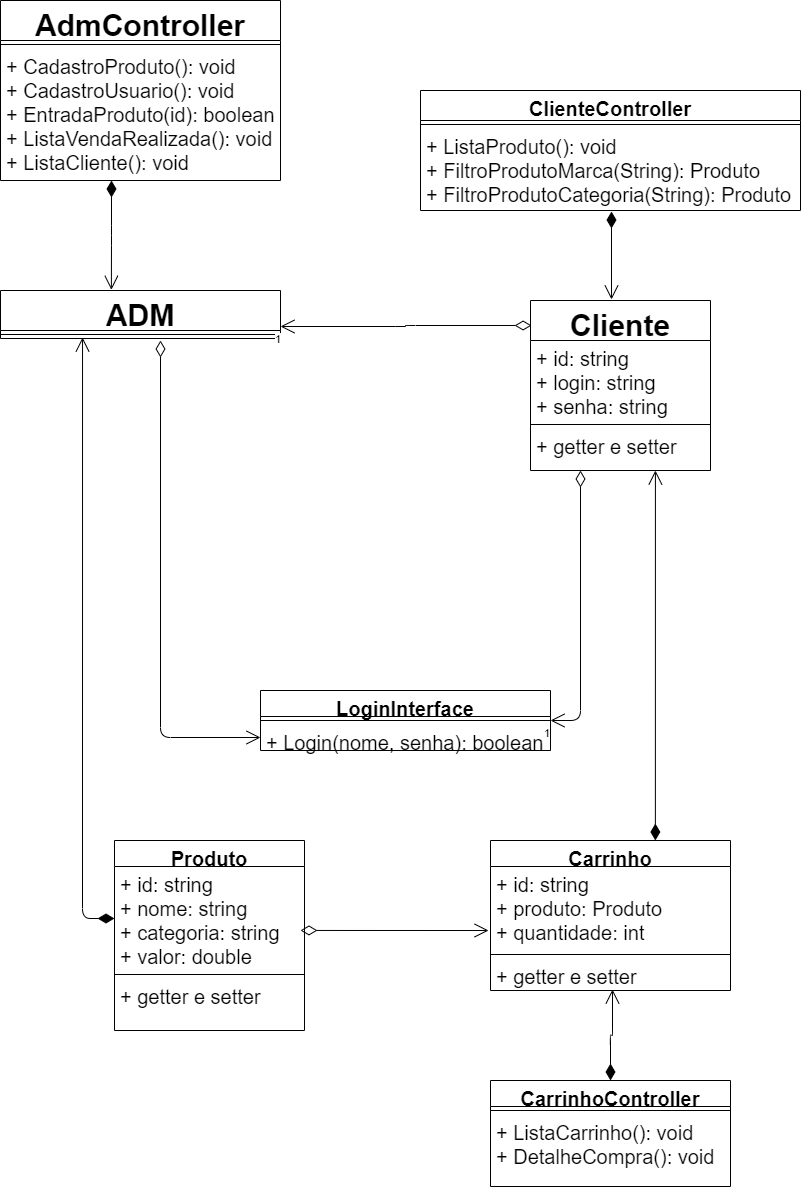
Earlier version of the draw.io export diagrama de classe.png (devmarcelobs/lojaVirtual). Source tidied: cells renumbered, new cells last; positions are measured from the earlier drawing's top-left corner, leaving out a move shared by most shapes.
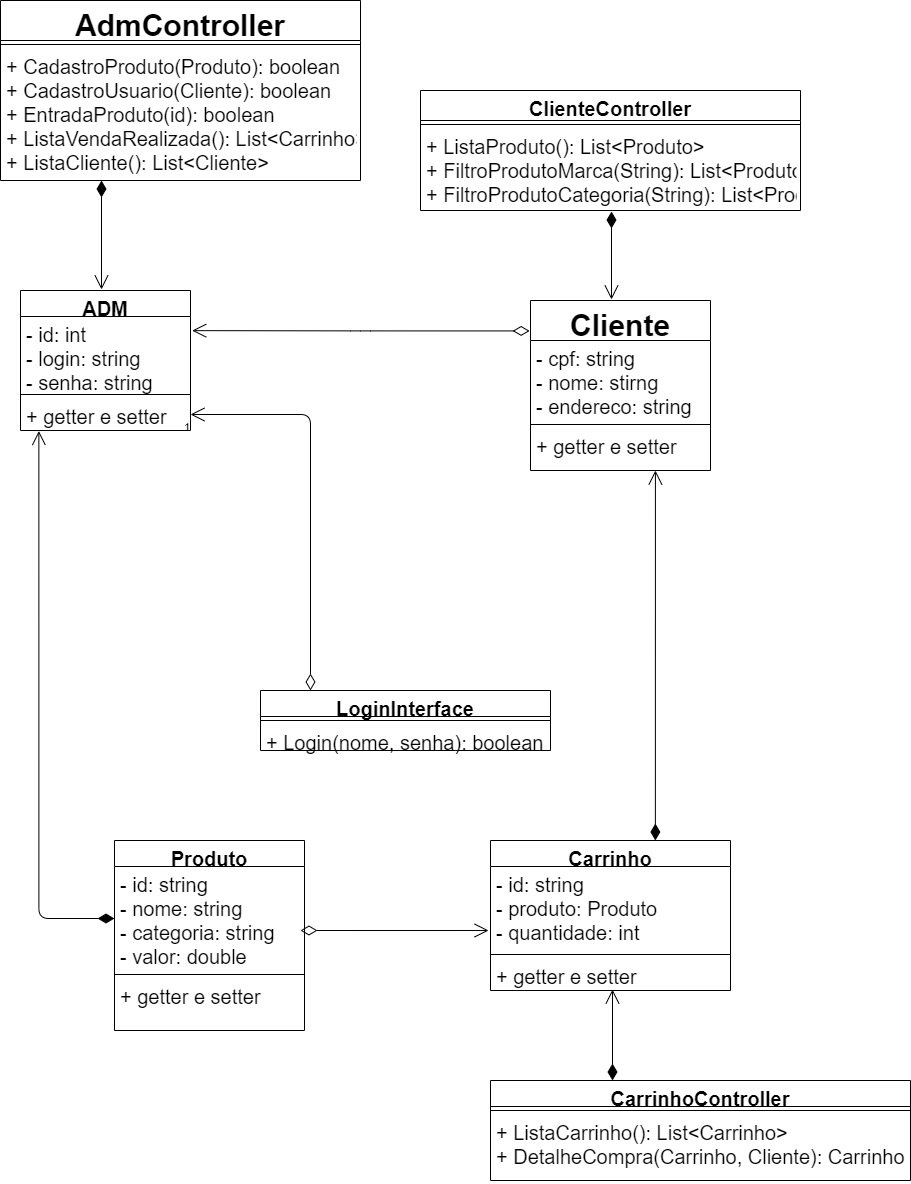
Later version of the same file.

The edit, as a diff of the source:
```diff
@@ -2,21 +2,10 @@
   <root>
     <mxCell id="0" />
     <mxCell id="1" parent="0" />
-    <mxCell id="2" value="ADM" style="swimlane;fontStyle=1;align=center;verticalAlign=top;horizontal=1;startSize=40;fontSize=30;" parent="1" vertex="1">
-      <mxGeometry y="290" width="280" height="48" as="geometry" />
-    </mxCell>
-    <mxCell id="3" style="endArrow=open;html=1;endSize=12;startArrow=diamondThin;startSize=14;startFill=0;edgeStyle=orthogonalEdgeStyle;fontSize=20;" parent="2" edge="1" target="13">
-      <mxGeometry relative="1" as="geometry">
-        <mxPoint x="160" y="50" as="sourcePoint" />
-      </mxGeometry>
-    </mxCell>
-    <mxCell id="4" style="line;strokeWidth=1;fillColor=none;align=left;verticalAlign=middle;spacingTop=-1;spacingLeft=3;spacingRight=3;labelPosition=right;points=[];portConstraint=eastwest;" parent="2" vertex="1">
-      <mxGeometry y="40" width="280" height="8" as="geometry" />
-    </mxCell>
     <mxCell id="5" value="Cliente" style="swimlane;fontStyle=1;align=center;verticalAlign=top;horizontal=1;startSize=40;fontSize=30;" parent="1" vertex="1">
       <mxGeometry x="530" y="300" width="180" height="170" as="geometry" />
     </mxCell>
-    <mxCell id="6" value="+ id: string&#10;+ login: string&#10;+ senha: string" style="text;strokeColor=none;fillColor=none;align=left;verticalAlign=top;spacingLeft=4;spacingRight=4;overflow=hidden;fontSize=20;" parent="5" vertex="1">
+    <mxCell id="6" value="- cpf: string&#10;- nome: stirng&#10;- endereco: string" style="text;strokeColor=none;fillColor=none;align=left;verticalAlign=top;spacingLeft=4;spacingRight=4;overflow=hidden;fontSize=20;" parent="5" vertex="1">
       <mxGeometry y="40" width="180" height="80" as="geometry" />
     </mxCell>
     <mxCell id="7" style="line;strokeWidth=1;fillColor=none;align=left;verticalAlign=middle;spacingTop=-1;spacingLeft=3;spacingRight=3;labelPosition=right;" parent="5" vertex="1">
@@ -25,20 +14,17 @@
     <mxCell id="8" value="+ getter e setter" style="text;strokeColor=none;fillColor=none;align=left;verticalAlign=top;spacingLeft=4;spacingRight=4;overflow=hidden;points=[[0,0.5],[1,0.5]];portConstraint=eastwest;fontSize=20;" parent="5" vertex="1">
       <mxGeometry y="128" width="180" height="42" as="geometry" />
     </mxCell>
-    <mxCell id="9" style="endArrow=open;html=1;endSize=12;startArrow=diamondThin;startSize=14;startFill=0;edgeStyle=orthogonalEdgeStyle;fontSize=20;entryX=1;entryY=0.5;entryDx=0;entryDy=0;" parent="5" edge="1" target="11">
-      <mxGeometry relative="1" as="geometry">
-        <mxPoint x="50" y="170" as="sourcePoint" />
-        <Array as="points">
-          <mxPoint x="50" y="420" />
-        </Array>
-      </mxGeometry>
-    </mxCell>
-    <mxCell id="10" value="1" style="edgeLabel;html=1;align=right;verticalAlign=top;" parent="9" vertex="1">
-      <mxGeometry x="1" relative="1" as="geometry" />
-    </mxCell>
     <mxCell id="11" value="LoginInterface" style="swimlane;fontStyle=1;align=center;verticalAlign=top;horizontal=1;startSize=26;fontSize=20;" parent="1" vertex="1">
       <mxGeometry x="260" y="690" width="290" height="60" as="geometry" />
     </mxCell>
+    <mxCell id="39" style="endArrow=open;html=1;endSize=12;startArrow=diamondThin;startSize=14;startFill=0;edgeStyle=orthogonalEdgeStyle;fontSize=20;" parent="11" edge="1" target="43">
+      <mxGeometry relative="1" as="geometry">
+        <mxPoint x="50" as="sourcePoint" />
+      </mxGeometry>
+    </mxCell>
+    <mxCell id="40" value="1" style="edgeLabel;html=1;align=right;verticalAlign=top;" parent="39" vertex="1">
+      <mxGeometry x="1" relative="1" as="geometry" />
+    </mxCell>
     <mxCell id="12" style="line;strokeWidth=1;fillColor=none;align=left;verticalAlign=middle;spacingTop=-1;spacingLeft=3;spacingRight=3;labelPosition=right;" parent="11" vertex="1">
       <mxGeometry y="26" width="290" height="8" as="geometry" />
     </mxCell>
@@ -48,7 +34,7 @@
     <mxCell id="14" value="Carrinho" style="swimlane;fontStyle=1;align=center;verticalAlign=top;horizontal=1;startSize=26;fontSize=20;" parent="1" vertex="1">
       <mxGeometry x="490" y="840" width="240" height="150" as="geometry" />
     </mxCell>
-    <mxCell id="15" value="+ id: string&#10;+ produto: Produto&#10;+ quantidade: int" style="text;strokeColor=none;fillColor=none;align=left;verticalAlign=top;spacingLeft=4;spacingRight=4;overflow=hidden;points=[[0,0.5],[1,0.5]];portConstraint=eastwest;fontSize=20;" parent="14" vertex="1">
+    <mxCell id="15" value="- id: string&#10;- produto: Produto&#10;- quantidade: int" style="text;strokeColor=none;fillColor=none;align=left;verticalAlign=top;spacingLeft=4;spacingRight=4;overflow=hidden;points=[[0,0.5],[1,0.5]];portConstraint=eastwest;fontSize=20;" parent="14" vertex="1">
       <mxGeometry y="26" width="240" height="84" as="geometry" />
     </mxCell>
     <mxCell id="16" style="line;strokeWidth=1;fillColor=none;align=left;verticalAlign=middle;spacingTop=-1;spacingLeft=3;spacingRight=3;labelPosition=right;" parent="14" vertex="1">
@@ -60,7 +46,7 @@
     <mxCell id="18" value="Produto" style="swimlane;fontStyle=1;align=center;verticalAlign=top;horizontal=1;startSize=26;fontSize=20;" parent="1" vertex="1">
       <mxGeometry x="114" y="840" width="190" height="190" as="geometry" />
     </mxCell>
-    <mxCell id="19" value="+ id: string&#10;+ nome: string&#10;+ categoria: string&#10;+ valor: double" style="text;strokeColor=none;fillColor=none;align=left;verticalAlign=top;spacingLeft=4;spacingRight=4;overflow=hidden;points=[[0,0.5],[1,0.5]];portConstraint=eastwest;fontSize=20;" parent="18" vertex="1">
+    <mxCell id="19" value="- id: string&#10;- nome: string&#10;- categoria: string&#10;- valor: double" style="text;strokeColor=none;fillColor=none;align=left;verticalAlign=top;spacingLeft=4;spacingRight=4;overflow=hidden;points=[[0,0.5],[1,0.5]];portConstraint=eastwest;fontSize=20;" parent="18" vertex="1">
       <mxGeometry y="26" width="190" height="104" as="geometry" />
     </mxCell>
     <mxCell id="20" style="line;strokeWidth=1;fillColor=none;align=left;verticalAlign=middle;spacingTop=-1;spacingLeft=3;spacingRight=3;labelPosition=right;" parent="18" vertex="1">
@@ -75,7 +61,7 @@
     <mxCell id="23" style="line;strokeWidth=1;fillColor=none;align=left;verticalAlign=middle;spacingTop=-1;spacingLeft=3;spacingRight=3;labelPosition=right;" parent="22" vertex="1">
       <mxGeometry y="30" width="380" height="8" as="geometry" />
     </mxCell>
-    <mxCell id="24" value="+ ListaProduto(): void&#10;+ FiltroProdutoMarca(String): Produto&#10;+ FiltroProdutoCategoria(String): Produto&#10;" style="text;strokeColor=none;fillColor=none;align=left;verticalAlign=top;spacingLeft=4;spacingRight=4;overflow=hidden;fontSize=20;" parent="22" vertex="1">
+    <mxCell id="24" value="+ ListaProduto(): List&lt;Produto&gt;&#10;+ FiltroProdutoMarca(String): List&lt;Produto&gt;&#10;+ FiltroProdutoCategoria(String): List&lt;Produto&gt;&#10;" style="text;strokeColor=none;fillColor=none;align=left;verticalAlign=top;spacingLeft=4;spacingRight=4;overflow=hidden;fontSize=20;" parent="22" vertex="1">
       <mxGeometry y="38" width="380" height="82" as="geometry" />
     </mxCell>
     <mxCell id="25" style="endArrow=open;html=1;endSize=12;startArrow=diamondThin;startSize=14;startFill=1;edgeStyle=orthogonalEdgeStyle;align=left;verticalAlign=bottom;fontSize=20;" parent="1" edge="1">
@@ -85,47 +71,60 @@
       </mxGeometry>
     </mxCell>
     <mxCell id="26" value="AdmController" style="swimlane;fontStyle=1;align=center;verticalAlign=top;horizontal=1;startSize=40;fontSize=30;" parent="1" vertex="1">
-      <mxGeometry width="280" height="180" as="geometry" />
+      <mxGeometry width="360" height="180" as="geometry" />
     </mxCell>
     <mxCell id="27" style="line;strokeWidth=1;fillColor=none;align=left;verticalAlign=middle;spacingTop=-1;spacingLeft=3;spacingRight=3;labelPosition=right;" parent="26" vertex="1">
-      <mxGeometry y="40" width="280" height="8" as="geometry" />
+      <mxGeometry y="40" width="360" height="8" as="geometry" />
     </mxCell>
-    <mxCell id="28" value="+ CadastroProduto(): void&#10;+ CadastroUsuario(): void&#10;+ EntradaProduto(id): boolean&#10;+ ListaVendaRealizada(): void&#10;+ ListaCliente(): void&#10;" style="text;strokeColor=none;fillColor=none;align=left;verticalAlign=top;spacingLeft=4;spacingRight=4;overflow=hidden;fontSize=20;" parent="26" vertex="1">
-      <mxGeometry y="48" width="280" height="132" as="geometry" />
+    <mxCell id="28" value="+ CadastroProduto(Produto): boolean&#10;+ CadastroUsuario(Cliente): boolean&#10;+ EntradaProduto(id): boolean&#10;+ ListaVendaRealizada(): List&lt;Carrinho&gt;&#10;+ ListaCliente(): List&lt;Cliente&gt;&#10;" style="text;strokeColor=none;fillColor=none;align=left;verticalAlign=top;spacingLeft=4;spacingRight=4;overflow=hidden;fontSize=20;" parent="26" vertex="1">
+      <mxGeometry y="48" width="360" height="132" as="geometry" />
     </mxCell>
-    <mxCell id="29" style="endArrow=open;html=1;endSize=12;startArrow=diamondThin;startSize=14;startFill=1;edgeStyle=orthogonalEdgeStyle;align=left;verticalAlign=bottom;fontSize=20;entryX=0.396;entryY=-0.014;entryDx=0;entryDy=0;entryPerimeter=0;" parent="26" edge="1" target="2">
+    <mxCell id="29" style="endArrow=open;html=1;endSize=12;startArrow=diamondThin;startSize=14;startFill=1;edgeStyle=orthogonalEdgeStyle;align=left;verticalAlign=bottom;fontSize=20;" parent="26" edge="1">
       <mxGeometry x="-1" y="3" relative="1" as="geometry">
-        <mxPoint x="111" y="180" as="sourcePoint" />
+        <mxPoint x="101" y="180" as="sourcePoint" />
+        <mxPoint x="101" y="289" as="targetPoint" />
       </mxGeometry>
     </mxCell>
     <mxCell id="30" style="endArrow=open;html=1;endSize=12;startArrow=diamondThin;startSize=14;startFill=1;edgeStyle=orthogonalEdgeStyle;align=left;verticalAlign=bottom;fontSize=20;entryX=0.694;entryY=1;entryDx=0;entryDy=0;entryPerimeter=0;exitX=0.687;exitY=0;exitDx=0;exitDy=0;exitPerimeter=0;" parent="1" edge="1" source="14" target="8">
       <mxGeometry x="-1" y="3" relative="1" as="geometry" />
     </mxCell>
-    <mxCell id="31" style="endArrow=open;html=1;endSize=12;startArrow=diamondThin;startSize=14;startFill=0;edgeStyle=orthogonalEdgeStyle;fontSize=20;entryX=-0.008;entryY=0.762;entryDx=0;entryDy=0;entryPerimeter=0;exitX=0.979;exitY=0.615;exitDx=0;exitDy=0;exitPerimeter=0;" parent="1" edge="1" source="19" target="15">
-      <mxGeometry relative="1" as="geometry" />
+    <mxCell id="31" style="endArrow=open;html=1;endSize=12;startArrow=diamondThin;startSize=14;startFill=0;edgeStyle=orthogonalEdgeStyle;fontSize=20;entryX=-0.008;entryY=0.762;entryDx=0;entryDy=0;entryPerimeter=0;" parent="1" edge="1" target="15">
+      <mxGeometry relative="1" as="geometry">
+        <mxPoint x="300" y="930" as="sourcePoint" />
+      </mxGeometry>
     </mxCell>
-    <mxCell id="32" style="endArrow=open;html=1;endSize=12;startArrow=diamondThin;startSize=14;startFill=1;edgeStyle=orthogonalEdgeStyle;align=left;verticalAlign=bottom;fontSize=20;entryX=0.293;entryY=0.875;entryDx=0;entryDy=0;entryPerimeter=0;" parent="1" edge="1" source="19" target="4">
+    <mxCell id="32" style="endArrow=open;html=1;endSize=12;startArrow=diamondThin;startSize=14;startFill=1;edgeStyle=orthogonalEdgeStyle;align=left;verticalAlign=bottom;fontSize=20;entryX=0.108;entryY=1.016;entryDx=0;entryDy=0;entryPerimeter=0;" parent="1" edge="1" source="19" target="43">
       <mxGeometry x="-1" y="3" relative="1" as="geometry" />
     </mxCell>
-    <mxCell id="33" style="endArrow=open;html=1;endSize=12;startArrow=diamondThin;startSize=14;startFill=0;edgeStyle=orthogonalEdgeStyle;fontSize=20;entryX=1;entryY=0.75;entryDx=0;entryDy=0;exitX=0.006;exitY=0.147;exitDx=0;exitDy=0;exitPerimeter=0;" parent="1" edge="1" source="5" target="2">
+    <mxCell id="33" style="endArrow=open;html=1;endSize=12;startArrow=diamondThin;startSize=14;startFill=0;edgeStyle=orthogonalEdgeStyle;fontSize=20;entryX=1.01;entryY=0.191;entryDx=0;entryDy=0;exitX=-0.005;exitY=0.179;exitDx=0;exitDy=0;exitPerimeter=0;entryPerimeter=0;" parent="1" edge="1" source="5" target="41">
       <mxGeometry relative="1" as="geometry" />
     </mxCell>
-    <mxCell id="34" value="1" style="edgeLabel;html=1;align=right;verticalAlign=top;" parent="33" vertex="1">
-      <mxGeometry x="1" relative="1" as="geometry" />
-    </mxCell>
     <mxCell id="35" value="CarrinhoController" style="swimlane;fontStyle=1;align=center;verticalAlign=top;horizontal=1;startSize=26;fontSize=20;" parent="1" vertex="1">
-      <mxGeometry x="490" y="1080" width="240" height="106" as="geometry" />
+      <mxGeometry x="490" y="1080" width="420" height="100" as="geometry" />
     </mxCell>
     <mxCell id="36" style="line;strokeWidth=1;fillColor=none;align=left;verticalAlign=middle;spacingTop=-1;spacingLeft=3;spacingRight=3;labelPosition=right;" parent="35" vertex="1">
-      <mxGeometry y="26" width="240" height="8" as="geometry" />
+      <mxGeometry y="26" width="420" height="8" as="geometry" />
     </mxCell>
-    <mxCell id="37" value="+ ListaCarrinho(): void&#10;+ DetalheCompra(): void" style="text;strokeColor=none;fillColor=none;align=left;verticalAlign=top;spacingLeft=4;spacingRight=4;overflow=hidden;fontSize=20;" parent="35" vertex="1">
-      <mxGeometry y="34" width="240" height="72" as="geometry" />
+    <mxCell id="37" value="+ ListaCarrinho(): List&lt;Carrinho&gt;&#10;+ DetalheCompra(Carrinho, Cliente): Carrinho" style="text;strokeColor=none;fillColor=none;align=left;verticalAlign=top;spacingLeft=4;spacingRight=4;overflow=hidden;fontSize=20;" parent="35" vertex="1">
+      <mxGeometry y="34" width="420" height="66" as="geometry" />
     </mxCell>
-    <mxCell id="38" style="endArrow=open;html=1;endSize=12;startArrow=diamondThin;startSize=14;startFill=1;edgeStyle=orthogonalEdgeStyle;align=left;verticalAlign=bottom;fontSize=20;exitX=0.5;exitY=0;exitDx=0;exitDy=0;" parent="1" edge="1" source="35">
+    <mxCell id="38" style="endArrow=open;html=1;endSize=12;startArrow=diamondThin;startSize=14;startFill=1;edgeStyle=orthogonalEdgeStyle;align=left;verticalAlign=bottom;fontSize=20;" parent="1" edge="1">
       <mxGeometry x="-1" y="3" relative="1" as="geometry">
+        <mxPoint x="612" y="1080" as="sourcePoint" />
         <mxPoint x="612" y="989" as="targetPoint" />
       </mxGeometry>
     </mxCell>
+    <mxCell id="2" value="ADM" style="swimlane;fontStyle=1;align=center;verticalAlign=top;horizontal=1;startSize=26;fontSize=20;" parent="1" vertex="1">
+      <mxGeometry x="20" y="290" width="170" height="140" as="geometry" />
+    </mxCell>
+    <mxCell id="41" value="- id: int&#10;- login: string&#10;- senha: string" style="text;strokeColor=none;fillColor=none;align=left;verticalAlign=top;spacingLeft=4;spacingRight=4;overflow=hidden;points=[[0,0.5],[1,0.5]];portConstraint=eastwest;fontSize=20;" parent="2" vertex="1">
+      <mxGeometry y="26" width="170" height="74" as="geometry" />
+    </mxCell>
+    <mxCell id="42" style="line;strokeWidth=1;fillColor=none;align=left;verticalAlign=middle;spacingTop=-1;spacingLeft=3;spacingRight=3;labelPosition=right;" parent="2" vertex="1">
+      <mxGeometry y="100" width="170" height="8" as="geometry" />
+    </mxCell>
+    <mxCell id="43" value="+ getter e setter" style="text;strokeColor=none;fillColor=none;align=left;verticalAlign=top;spacingLeft=4;spacingRight=4;overflow=hidden;points=[[0,0.5],[1,0.5]];portConstraint=eastwest;fontSize=20;" parent="2" vertex="1">
+      <mxGeometry y="108" width="170" height="32" as="geometry" />
+    </mxCell>
   </root>
 </mxGraphModel>
```
